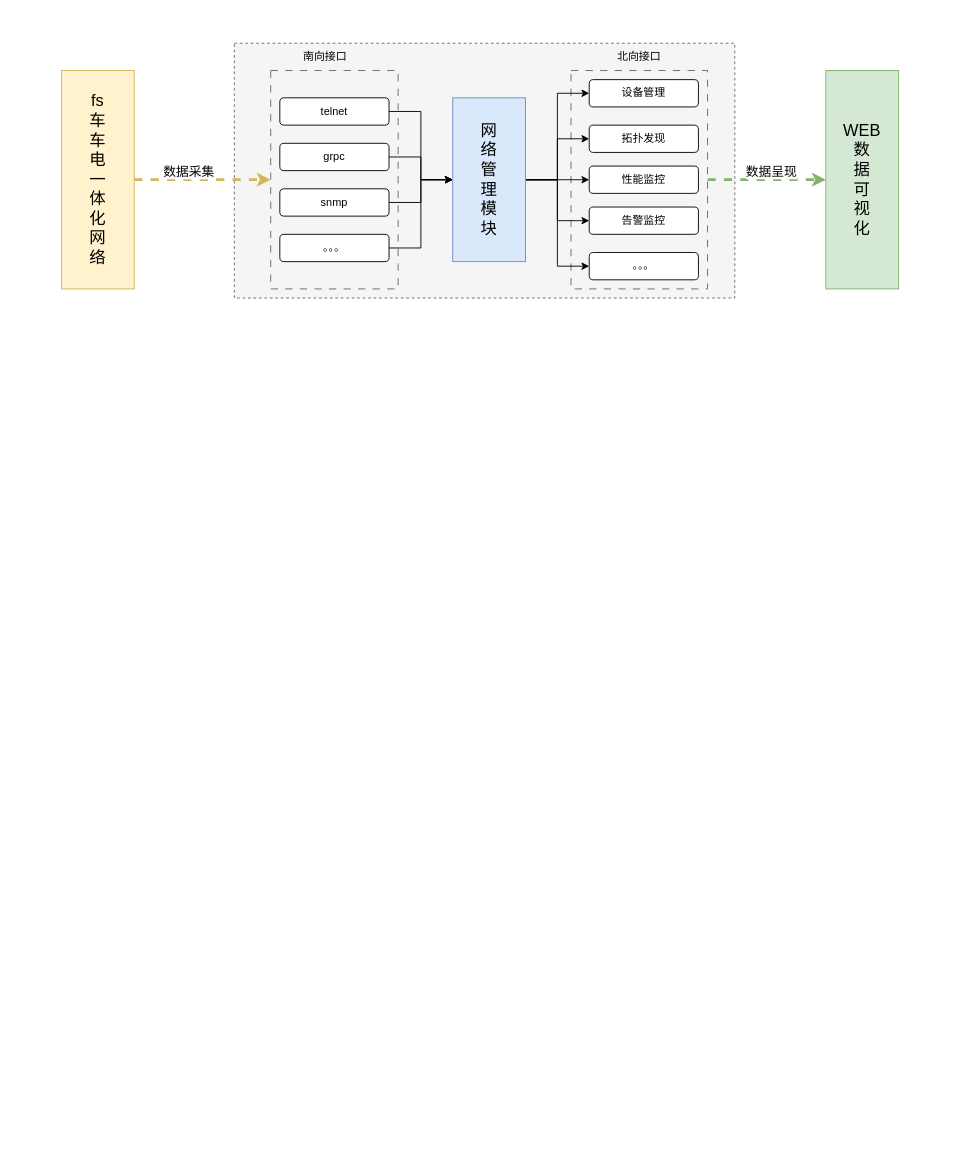
This is 未命名绘图.drawio from wdmlsx/xunjian, a draw.io file, before an edit. Source tidied: cells renumbered, new cells numbered last; positions are measured from the earlier drawing's top-left corner, leaving out a move shared by most shapes. Both pictures are drawn from the tidied source at 91%, with x=0, y=0 at pixel (61, 43).
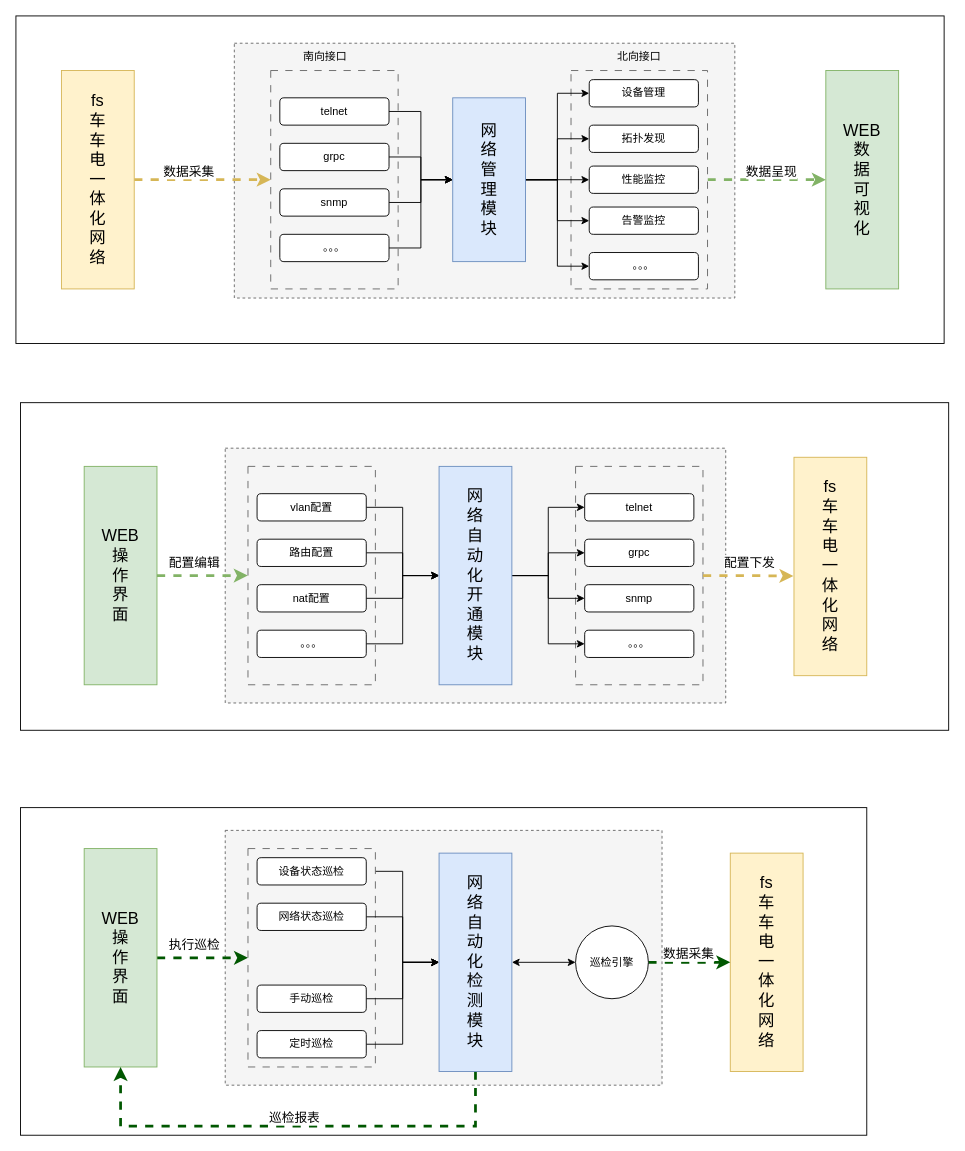
The same diagram, later.

Commit message:
三合一专利图.drawio

The edit, as a diff of the source:
```diff
@@
+    <mxCell id="32" style="rounded=0;whiteSpace=wrap;html=1;dashed=1;fillColor=#f5f5f5;fontColor=#333333;strokeColor=#666666;" parent="1" vertex="1">
+      <mxGeometry x="165" y="865" width="500" height="280" as="geometry" />
+    </mxCell>
+    <mxCell id="33" style="rounded=0;whiteSpace=wrap;html=1;dashed=1;dashPattern=8 8;fillColor=#f5f5f5;fontColor=#333333;strokeColor=#666666;" parent="1" vertex="1">
+      <mxGeometry x="205" y="880" width="140" height="250" as="geometry" />
+    </mxCell>
+    <mxCell id="34" style="rounded=0;whiteSpace=wrap;html=1;" parent="1" vertex="1">
+      <mxGeometry x="-45" y="395" width="1020" height="360" as="geometry" />
+    </mxCell>
+    <mxCell id="35" style="rounded=0;whiteSpace=wrap;html=1;dashed=1;fillColor=#f5f5f5;fontColor=#333333;strokeColor=#666666;" parent="1" vertex="1">
+      <mxGeometry x="180" y="445" width="550" height="280" as="geometry" />
+    </mxCell>
+    <mxCell id="36" style="rounded=0;whiteSpace=wrap;html=1;dashed=1;dashPattern=8 8;fillColor=#f5f5f5;fontColor=#333333;strokeColor=#666666;" parent="1" vertex="1">
+      <mxGeometry x="205" y="465" width="140" height="240" as="geometry" />
+    </mxCell>
+    <mxCell id="37" style="rounded=0;whiteSpace=wrap;html=1;dashed=1;dashPattern=8 8;fillColor=#f5f5f5;fontColor=#333333;strokeColor=#666666;" parent="1" vertex="1">
+      <mxGeometry x="565" y="465" width="140" height="240" as="geometry" />
+    </mxCell>
+    <mxCell id="38" style="rounded=0;whiteSpace=wrap;html=1;" parent="1" vertex="1">
+      <mxGeometry x="-50" y="-30" width="1020" height="360" as="geometry" />
+    </mxCell>
@@
+    <mxCell id="39" value="&lt;span style=&quot;font-size: 18px;&quot;&gt;WEB&lt;br&gt;操&lt;br&gt;作&lt;br&gt;界&lt;br&gt;面&lt;/span&gt;" style="rounded=0;whiteSpace=wrap;html=1;fillColor=#d5e8d4;strokeColor=#82b366;" parent="1" vertex="1">
+      <mxGeometry x="25" y="465" width="80" height="240" as="geometry" />
+    </mxCell>
+    <mxCell id="40" value="&lt;font style=&quot;font-size: 18px;&quot;&gt;fs&lt;br style=&quot;border-color: var(--border-color);&quot;&gt;车&lt;br style=&quot;border-color: var(--border-color);&quot;&gt;车&lt;br style=&quot;border-color: var(--border-color);&quot;&gt;电&lt;br style=&quot;border-color: var(--border-color);&quot;&gt;一&lt;br style=&quot;border-color: var(--border-color);&quot;&gt;体&lt;br style=&quot;border-color: var(--border-color);&quot;&gt;化&lt;br style=&quot;border-color: var(--border-color);&quot;&gt;网&lt;br style=&quot;border-color: var(--border-color);&quot;&gt;络&lt;/font&gt;" style="rounded=0;whiteSpace=wrap;html=1;fillColor=#fff2cc;strokeColor=#d6b656;" parent="1" vertex="1">
+      <mxGeometry x="805" y="455" width="80" height="240" as="geometry" />
+    </mxCell>
+    <mxCell id="41" style="edgeStyle=orthogonalEdgeStyle;rounded=0;jettySize=auto;html=1;" parent="1" edge="1" source="42" target="47">
+      <mxGeometry relative="1" as="geometry" />
+    </mxCell>
+    <mxCell id="42" value="vlan配置" style="rounded=1;whiteSpace=wrap;html=1;" parent="1" vertex="1">
+      <mxGeometry x="215" y="495" width="120" height="30" as="geometry" />
+    </mxCell>
+    <mxCell id="43" style="edgeStyle=orthogonalEdgeStyle;rounded=0;jettySize=auto;html=1;entryX=0;entryY=0.5;entryDx=0;entryDy=0;" parent="1" edge="1" source="47" target="54">
+      <mxGeometry relative="1" as="geometry" />
+    </mxCell>
+    <mxCell id="44" style="edgeStyle=orthogonalEdgeStyle;rounded=0;jettySize=auto;html=1;exitX=1;exitY=0.5;exitDx=0;exitDy=0;entryX=0;entryY=0.5;entryDx=0;entryDy=0;" parent="1" edge="1" source="47" target="56">
+      <mxGeometry relative="1" as="geometry" />
+    </mxCell>
+    <mxCell id="45" style="edgeStyle=orthogonalEdgeStyle;rounded=0;jettySize=auto;html=1;entryX=0;entryY=0.5;entryDx=0;entryDy=0;" parent="1" edge="1" source="47" target="55">
+      <mxGeometry relative="1" as="geometry" />
+    </mxCell>
+    <mxCell id="46" style="edgeStyle=orthogonalEdgeStyle;rounded=0;jettySize=auto;html=1;entryX=0;entryY=0.5;entryDx=0;entryDy=0;" parent="1" edge="1" source="47" target="57">
+      <mxGeometry relative="1" as="geometry" />
+    </mxCell>
+    <mxCell id="47" value="&lt;span style=&quot;font-size: 18px;&quot;&gt;网&lt;br&gt;络&lt;br&gt;自&lt;br&gt;动&lt;br&gt;化&lt;br&gt;开&lt;br&gt;通&lt;br&gt;模&lt;br&gt;块&lt;/span&gt;" style="rounded=0;whiteSpace=wrap;html=1;fillColor=#dae8fc;strokeColor=#6c8ebf;" parent="1" vertex="1">
+      <mxGeometry x="415" y="465" width="80" height="240" as="geometry" />
+    </mxCell>
+    <mxCell id="48" style="edgeStyle=orthogonalEdgeStyle;rounded=0;jettySize=auto;html=1;entryX=0;entryY=0.5;entryDx=0;entryDy=0;" parent="1" edge="1" source="49" target="47">
+      <mxGeometry relative="1" as="geometry" />
+    </mxCell>
+    <mxCell id="49" value="路由配置" style="rounded=1;whiteSpace=wrap;html=1;" parent="1" vertex="1">
+      <mxGeometry x="215" y="545" width="120" height="30" as="geometry" />
+    </mxCell>
+    <mxCell id="50" style="edgeStyle=orthogonalEdgeStyle;rounded=0;jettySize=auto;html=1;" parent="1" edge="1" source="51" target="47">
+      <mxGeometry relative="1" as="geometry" />
+    </mxCell>
+    <mxCell id="51" value="nat配置" style="rounded=1;whiteSpace=wrap;html=1;" parent="1" vertex="1">
+      <mxGeometry x="215" y="595" width="120" height="30" as="geometry" />
+    </mxCell>
+    <mxCell id="52" style="edgeStyle=orthogonalEdgeStyle;rounded=0;jettySize=auto;html=1;" parent="1" edge="1" source="53" target="47">
+      <mxGeometry relative="1" as="geometry" />
+    </mxCell>
+    <mxCell id="53" value="。。。" style="rounded=1;whiteSpace=wrap;html=1;" parent="1" vertex="1">
+      <mxGeometry x="215" y="645" width="120" height="30" as="geometry" />
+    </mxCell>
+    <mxCell id="54" value="telnet" style="rounded=1;whiteSpace=wrap;html=1;" parent="1" vertex="1">
+      <mxGeometry x="575" y="495" width="120" height="30" as="geometry" />
+    </mxCell>
+    <mxCell id="55" value="snmp" style="rounded=1;whiteSpace=wrap;html=1;" parent="1" vertex="1">
+      <mxGeometry x="575" y="595" width="120" height="30" as="geometry" />
+    </mxCell>
+    <mxCell id="56" value="grpc" style="rounded=1;whiteSpace=wrap;html=1;" parent="1" vertex="1">
+      <mxGeometry x="575" y="545" width="120" height="30" as="geometry" />
+    </mxCell>
+    <mxCell id="57" value="。。。" style="rounded=1;whiteSpace=wrap;html=1;" parent="1" vertex="1">
+      <mxGeometry x="575" y="645" width="120" height="30" as="geometry" />
+    </mxCell>
+    <mxCell id="58" style="edgeStyle=orthogonalEdgeStyle;rounded=0;jettySize=auto;html=1;entryX=0.045;entryY=0.5;entryDx=0;entryDy=0;entryPerimeter=0;strokeWidth=3;dashed=1;fillColor=#d5e8d4;strokeColor=#82b366;" parent="1" edge="1" source="39" target="35">
+      <mxGeometry relative="1" as="geometry" />
+    </mxCell>
+    <mxCell id="59" value="&lt;font style=&quot;font-size: 14px;&quot;&gt;配置编辑&lt;/font&gt;" style="edgeLabel;html=1;align=center;verticalAlign=middle;" parent="58" vertex="1">
+      <mxGeometry x="-0.28" y="-1" relative="1" as="geometry">
+        <mxPoint x="4" y="-16" as="offset" />
+      </mxGeometry>
+    </mxCell>
+    <mxCell id="60" style="edgeStyle=orthogonalEdgeStyle;rounded=0;jettySize=auto;html=1;exitX=1;exitY=0.5;exitDx=0;exitDy=0;entryX=-0.008;entryY=0.544;entryDx=0;entryDy=0;entryPerimeter=0;strokeWidth=3;dashed=1;fillColor=#fff2cc;strokeColor=#d6b656;" parent="1" edge="1" source="37" target="40">
+      <mxGeometry relative="1" as="geometry" />
+    </mxCell>
+    <mxCell id="61" value="&lt;font style=&quot;font-size: 14px;&quot;&gt;配置下发&lt;/font&gt;" style="edgeLabel;html=1;align=center;verticalAlign=middle;" parent="1" vertex="1">
+      <mxGeometry x="165" y="585" as="geometry">
+        <mxPoint x="590" y="-15" as="offset" />
+      </mxGeometry>
+    </mxCell>
+    <mxCell id="62" style="rounded=0;whiteSpace=wrap;html=1;" parent="1" vertex="1">
+      <mxGeometry x="-45" y="840" width="930" height="360" as="geometry" />
+    </mxCell>
+    <mxCell id="63" style="rounded=0;whiteSpace=wrap;html=1;dashed=1;fillColor=#f5f5f5;fontColor=#333333;strokeColor=#666666;" parent="1" vertex="1">
+      <mxGeometry x="180" y="865" width="480" height="280" as="geometry" />
+    </mxCell>
+    <mxCell id="64" style="edgeStyle=orthogonalEdgeStyle;rounded=0;jettySize=auto;html=1;entryX=0;entryY=0.5;entryDx=0;entryDy=0;strokeWidth=3;dashed=1;fillColor=#008a00;strokeColor=#005700;" parent="1" edge="1" source="66" target="33">
+      <mxGeometry relative="1" as="geometry" />
+    </mxCell>
+    <mxCell id="65" value="&lt;font style=&quot;font-size: 14px;&quot;&gt;执行巡检&lt;/font&gt;" style="edgeLabel;html=1;align=center;verticalAlign=middle;" parent="64" vertex="1">
+      <mxGeometry x="-0.09" y="1" relative="1" as="geometry">
+        <mxPoint x="-6" y="-14" as="offset" />
+      </mxGeometry>
+    </mxCell>
+    <mxCell id="66" value="&lt;span style=&quot;font-size: 18px;&quot;&gt;WEB&lt;br&gt;操&lt;br&gt;作&lt;br&gt;界&lt;br&gt;面&lt;/span&gt;" style="rounded=0;whiteSpace=wrap;html=1;fillColor=#d5e8d4;strokeColor=#82b366;" parent="1" vertex="1">
+      <mxGeometry x="25" y="885" width="80" height="240" as="geometry" />
+    </mxCell>
+    <mxCell id="67" style="edgeStyle=orthogonalEdgeStyle;rounded=0;jettySize=auto;html=1;entryX=0;entryY=0.5;entryDx=0;entryDy=0;startArrow=classic;startFill=1;" parent="1" edge="1" source="70" target="74">
+      <mxGeometry relative="1" as="geometry" />
+    </mxCell>
+    <mxCell id="68" style="edgeStyle=orthogonalEdgeStyle;rounded=0;jettySize=auto;html=1;exitX=0.5;exitY=1;exitDx=0;exitDy=0;entryX=0.5;entryY=1;entryDx=0;entryDy=0;dashed=1;strokeWidth=3;fillColor=#008a00;strokeColor=#005700;" parent="1" edge="1" source="70" target="66">
+      <mxGeometry relative="1" as="geometry">
+        <Array as="points">
+          <mxPoint x="455" y="1190" />
+          <mxPoint x="65" y="1190" />
+        </Array>
+      </mxGeometry>
+    </mxCell>
+    <mxCell id="69" value="&lt;font style=&quot;font-size: 14px;&quot;&gt;巡检报表&lt;/font&gt;" style="edgeLabel;html=1;align=center;verticalAlign=middle;" parent="68" vertex="1">
+      <mxGeometry x="0.06" y="1" relative="1" as="geometry">
+        <mxPoint x="13" y="-11" as="offset" />
+      </mxGeometry>
+    </mxCell>
+    <mxCell id="70" value="&lt;span style=&quot;font-size: 18px;&quot;&gt;网&lt;br&gt;络&lt;br&gt;自&lt;br&gt;动&lt;br&gt;化&lt;br&gt;检&lt;br&gt;测&lt;br&gt;模&lt;br&gt;块&lt;/span&gt;" style="rounded=0;whiteSpace=wrap;html=1;fillColor=#dae8fc;strokeColor=#6c8ebf;" parent="1" vertex="1">
+      <mxGeometry x="415" y="890" width="80" height="240" as="geometry" />
+    </mxCell>
+    <mxCell id="71" value="&lt;font style=&quot;font-size: 18px;&quot;&gt;fs&lt;br style=&quot;border-color: var(--border-color);&quot;&gt;车&lt;br style=&quot;border-color: var(--border-color);&quot;&gt;车&lt;br style=&quot;border-color: var(--border-color);&quot;&gt;电&lt;br style=&quot;border-color: var(--border-color);&quot;&gt;一&lt;br style=&quot;border-color: var(--border-color);&quot;&gt;体&lt;br style=&quot;border-color: var(--border-color);&quot;&gt;化&lt;br style=&quot;border-color: var(--border-color);&quot;&gt;网&lt;br style=&quot;border-color: var(--border-color);&quot;&gt;络&lt;/font&gt;" style="rounded=0;whiteSpace=wrap;html=1;fillColor=#fff2cc;strokeColor=#d6b656;" parent="1" vertex="1">
+      <mxGeometry x="735" y="890" width="80" height="240" as="geometry" />
+    </mxCell>
+    <mxCell id="72" style="edgeStyle=orthogonalEdgeStyle;rounded=0;jettySize=auto;html=1;entryX=0;entryY=0.5;entryDx=0;entryDy=0;strokeWidth=3;dashed=1;fillColor=#008a00;strokeColor=#005700;" parent="1" edge="1" source="74" target="71">
+      <mxGeometry relative="1" as="geometry" />
+    </mxCell>
+    <mxCell id="73" value="&lt;font style=&quot;font-size: 14px;&quot;&gt;数据采集&lt;/font&gt;" style="edgeLabel;html=1;align=center;verticalAlign=middle;" parent="72" vertex="1">
+      <mxGeometry x="-0.05" y="4" relative="1" as="geometry">
+        <mxPoint y="-6" as="offset" />
+      </mxGeometry>
+    </mxCell>
+    <mxCell id="74" value="巡检引擎" style="ellipse;whiteSpace=wrap;html=1;" parent="1" vertex="1">
+      <mxGeometry x="565" y="970" width="80" height="80" as="geometry" />
+    </mxCell>
+    <mxCell id="75" style="edgeStyle=orthogonalEdgeStyle;rounded=0;jettySize=auto;html=1;entryX=0;entryY=0.5;entryDx=0;entryDy=0;" parent="1" edge="1" source="77" target="70">
+      <mxGeometry relative="1" as="geometry" />
+    </mxCell>
+    <mxCell id="76" style="rounded=0;whiteSpace=wrap;html=1;dashed=1;dashPattern=8 8;fillColor=#f5f5f5;fontColor=#333333;strokeColor=#666666;" parent="1" vertex="1">
+      <mxGeometry x="205" y="885" width="140" height="240" as="geometry" />
+    </mxCell>
+    <mxCell id="77" value="设备状态巡检" style="rounded=1;whiteSpace=wrap;html=1;" parent="1" vertex="1">
+      <mxGeometry x="215" y="895" width="120" height="30" as="geometry" />
+    </mxCell>
+    <mxCell id="78" style="edgeStyle=orthogonalEdgeStyle;rounded=0;jettySize=auto;html=1;exitX=1;exitY=0.5;exitDx=0;exitDy=0;" parent="1" edge="1" source="79" target="70">
+      <mxGeometry relative="1" as="geometry" />
+    </mxCell>
+    <mxCell id="79" value="网络状态巡检" style="rounded=1;whiteSpace=wrap;html=1;" parent="1" vertex="1">
+      <mxGeometry x="215" y="945" width="120" height="30" as="geometry" />
+    </mxCell>
+    <mxCell id="80" style="edgeStyle=orthogonalEdgeStyle;rounded=0;jettySize=auto;html=1;" parent="1" edge="1" source="81" target="70">
+      <mxGeometry relative="1" as="geometry" />
+    </mxCell>
+    <mxCell id="81" value="手动巡检" style="rounded=1;whiteSpace=wrap;html=1;" parent="1" vertex="1">
+      <mxGeometry x="215" y="1035" width="120" height="30" as="geometry" />
+    </mxCell>
+    <mxCell id="82" style="edgeStyle=orthogonalEdgeStyle;rounded=0;jettySize=auto;html=1;" parent="1" edge="1" source="83" target="70">
+      <mxGeometry relative="1" as="geometry" />
+    </mxCell>
+    <mxCell id="83" value="定时巡检" style="rounded=1;whiteSpace=wrap;html=1;" parent="1" vertex="1">
+      <mxGeometry x="215" y="1085" width="120" height="30" as="geometry" />
+    </mxCell>
```
